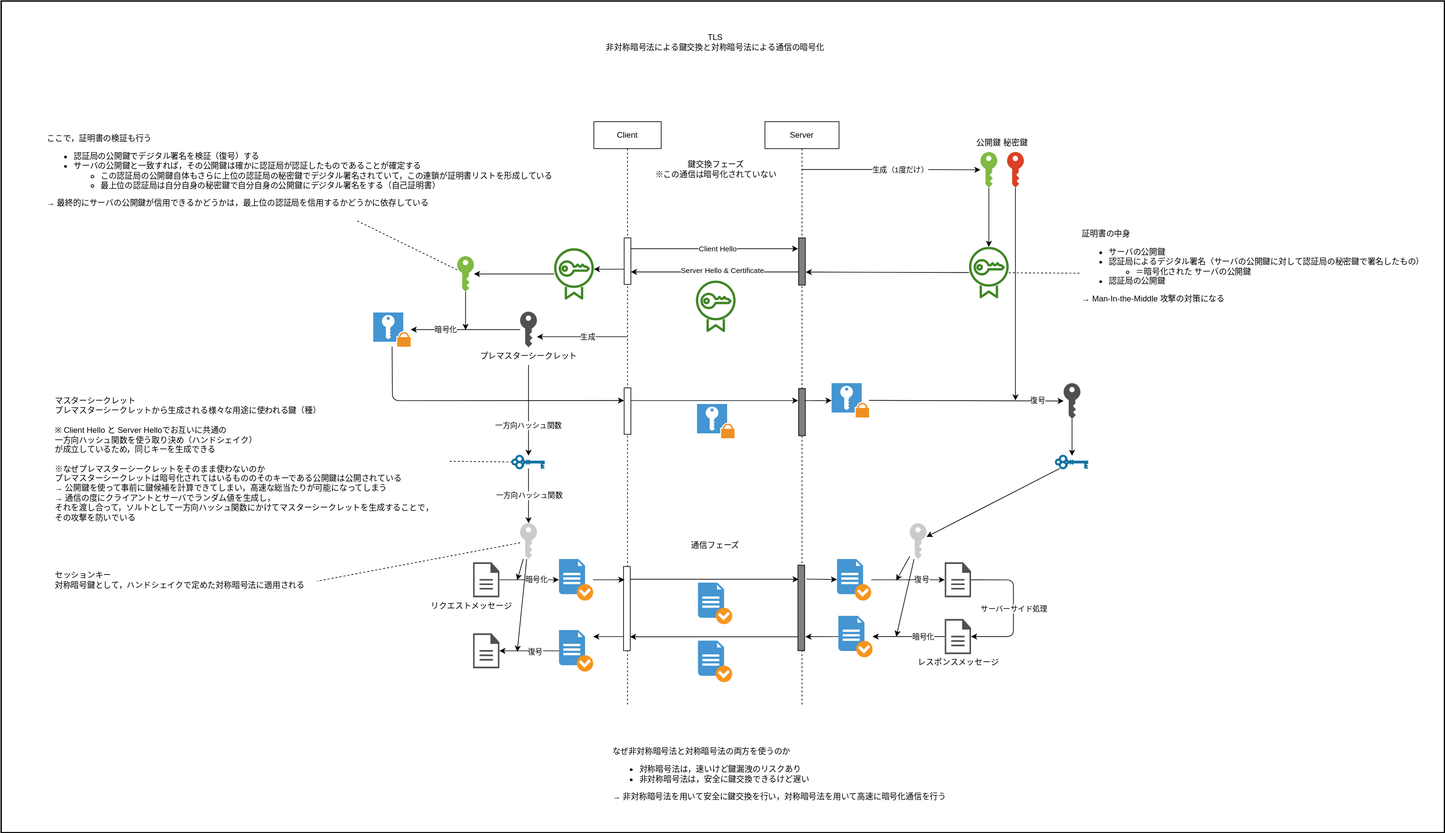
SOUSUKEKUROSAWA/drawio keeps this draw.io diagram as diagrams/tls.drawio.svg. Above is the earlier version. Source tidied: cells renumbered, new cells last; positions are measured from the earlier drawing's top-left corner, leaving out a move shared by most shapes.
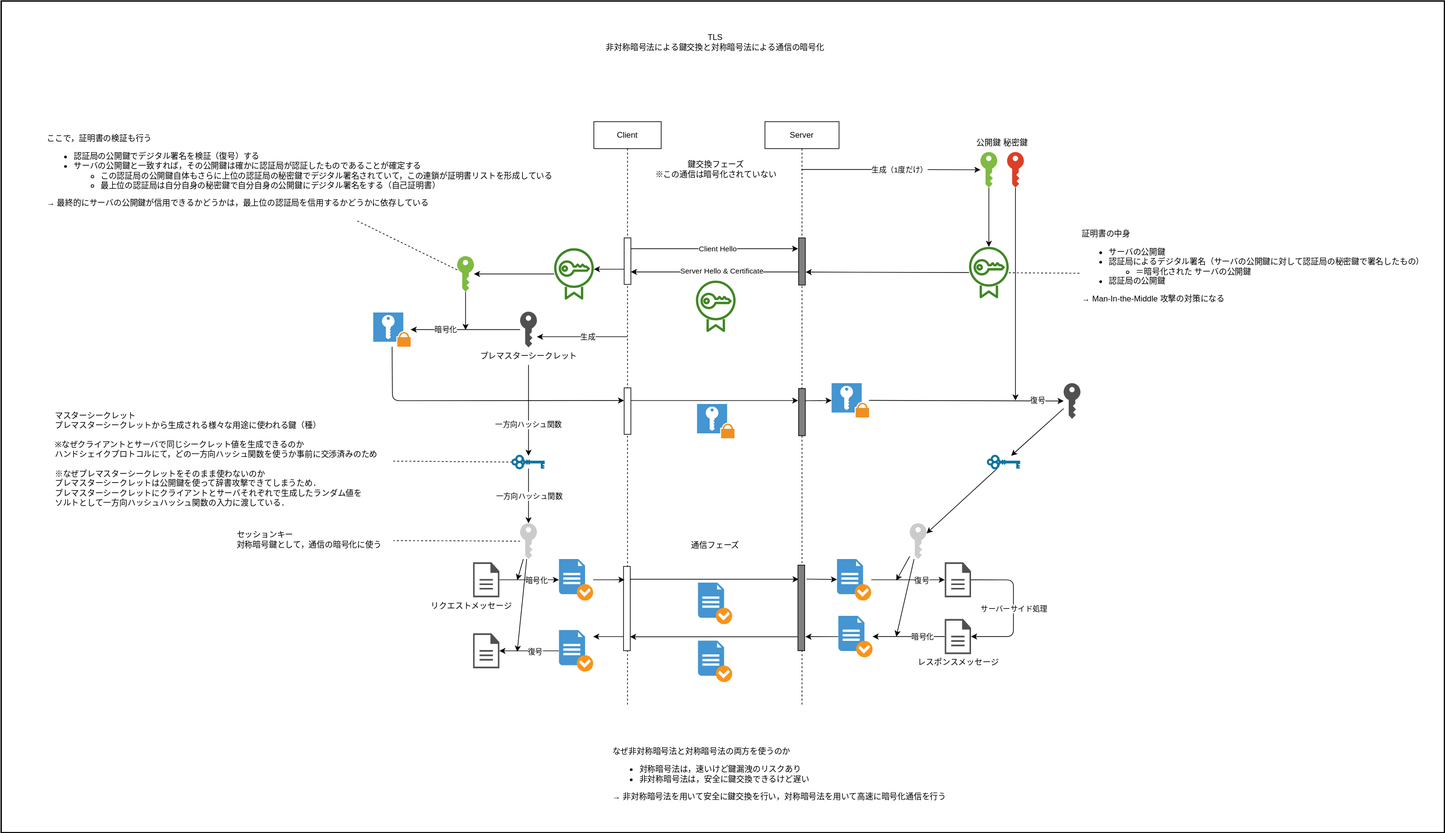
After the change.

The edit, as a diff of the source:
```diff
@@ -322,8 +322,8 @@
     <mxCell id="90" style="shadow=0;dashed=0;html=1;strokeColor=none;fillColor=#4495D1;labelPosition=center;verticalLabelPosition=bottom;verticalAlign=top;align=center;shape=mxgraph.veeam.checked_doc;" parent="1" vertex="1">
       <mxGeometry x="1034.6" y="949" width="50.8" height="61.6" as="geometry" />
     </mxCell>
-    <mxCell id="91" value="マスターシークレット&lt;br&gt;プレマスターシークレットから生成される様々な用途に使われる鍵（種）&lt;br&gt;&lt;br&gt;※ Client Hello と Server Helloでお互いに共通の&lt;br&gt;一方向ハッシュ関数を使う取り決め（ハンドシェイク）&lt;br&gt;が成立しているため，同じキーを生成できる&lt;br&gt;&lt;br&gt;※なぜプレマスターシークレットをそのまま使わないのか&lt;br&gt;プレマスターシークレットは暗号化されてはいるもののそのキーである公開鍵は公開されている&lt;br&gt;→ 公開鍵を使って事前に鍵候補を計算できてしまい，高速な総当たりが可能になってしまう&lt;br&gt;→ 通信の度にクライアントとサーバでランダム値を生成し，&lt;br&gt;それを渡し合って，ソルトとして一方向ハッシュ関数にかけてマスターシークレットを生成することで，&lt;br&gt;その攻撃を防いでいる" style="text;html=1;align=left;verticalAlign=middle;points=[];strokeColor=none;fillColor=none;" parent="1" vertex="1">
-      <mxGeometry x="78" y="580" width="582" height="199" as="geometry" />
+    <mxCell id="91" value="マスターシークレット&lt;br&gt;プレマスターシークレットから生成される様々な用途に使われる鍵（種）&lt;br&gt;&lt;br&gt;※なぜクライアントとサーバで同じシークレット値を生成できるのか&lt;br&gt;ハンドシェイクプロトコルにて，どの一方向ハッシュ関数を使うか事前に交渉済みのため&lt;br&gt;&lt;br&gt;※なぜプレマスターシークレットをそのまま使わないのか&lt;br&gt;プレマスターシークレットは公開鍵を使って辞書攻撃できてしまうため．&lt;br&gt;プレマスターシークレットにクライアントとサーバそれぞれで生成したランダム値を&lt;br&gt;ソルトとして一方向ハッシュハッシュ関数の入力に渡している．" style="text;html=1;align=left;verticalAlign=middle;points=[];strokeColor=none;fillColor=none;" parent="1" vertex="1">
+      <mxGeometry x="78" y="602" width="498" height="156" as="geometry" />
     </mxCell>
     <mxCell id="92" style="edgeStyle=none;html=1;entryX=1.007;entryY=0.517;entryDx=0;entryDy=0;entryPerimeter=0;dashed=1;endArrow=none;endFill=0;" parent="1" edge="1" source="95" target="91">
       <mxGeometry relative="1" as="geometry" />
@@ -343,7 +343,7 @@
       <mxGeometry relative="1" as="geometry" />
     </mxCell>
     <mxCell id="97" style="shape=mxgraph.cisco.misc.key;html=1;dashed=0;fillColor=#036897;strokeColor=#ffffff;strokeWidth=2;verticalLabelPosition=bottom;verticalAlign=top;align=center;outlineConnect=0;" parent="1" vertex="1">
-      <mxGeometry x="1566" y="674.8" width="48" height="19" as="geometry" />
+      <mxGeometry x="1465" y="674.8" width="48" height="19" as="geometry" />
     </mxCell>
     <mxCell id="98" style="sketch=0;shadow=0;dashed=0;html=1;strokeColor=none;labelPosition=center;verticalLabelPosition=bottom;verticalAlign=top;outlineConnect=0;align=center;shape=mxgraph.office.security.key_permissions;fillColor=#CCCBCB;" parent="1" vertex="1">
       <mxGeometry x="770.5" y="775" width="25" height="53" as="geometry" />
@@ -354,8 +354,8 @@
     <mxCell id="100" style="edgeStyle=none;html=1;dashed=1;endArrow=none;endFill=0;entryX=1.002;entryY=0.551;entryDx=0;entryDy=0;entryPerimeter=0;" parent="1" edge="1" source="98" target="101">
       <mxGeometry relative="1" as="geometry" />
     </mxCell>
-    <mxCell id="101" value="セッションキー&lt;br&gt;対称暗号鍵として，ハンドシェイクで定めた対称暗号法に適用される" style="text;html=1;align=left;verticalAlign=middle;points=[];strokeColor=none;fillColor=none;" parent="1" vertex="1">
-      <mxGeometry x="78" y="838.3" width="390" height="41" as="geometry" />
+    <mxCell id="101" value="セッションキー&lt;br&gt;対称暗号鍵として，通信の暗号化に使う" style="text;html=1;align=left;verticalAlign=middle;points=[];strokeColor=none;fillColor=none;" parent="1" vertex="1">
+      <mxGeometry x="348" y="778" width="234" height="41" as="geometry" />
     </mxCell>
   </root>
 </mxGraphModel>
```
